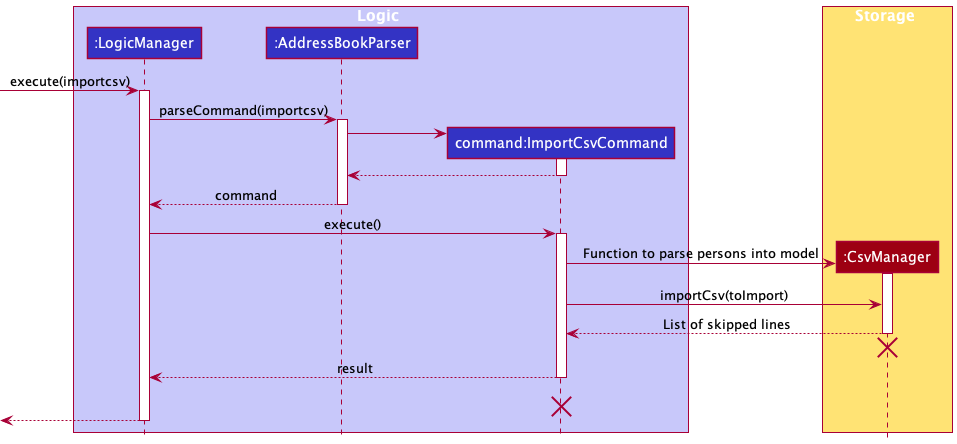
This is docs/images/ImportCsvSequenceDiagram.png from nus-cs2103-AY2122S2/tp, a PlantUML export, as it was before one commit. Its source is kept beside it as docs/diagrams/ImportCsvSequenceDiagram.puml. Source of this version:
```plantuml
@startuml
!include style.puml

box Logic LOGIC_COLOR_T1
participant ":LogicManager" as LogicManager LOGIC_COLOR
participant ":AddressBookParser" as AddressBookParser LOGIC_COLOR
participant "command:ImportCsvCommand" as ImportCsvCommand LOGIC_COLOR
end box

box Storage STORAGE_COLOR_T1
participant ":CsvManager" as CsvManager MODEL_COLOR
end box

[-> LogicManager : execute(importcsv)
activate LogicManager

LogicManager -> AddressBookParser : parseCommand(importcsv)
activate AddressBookParser

create ImportCsvCommand
AddressBookParser -> ImportCsvCommand

activate ImportCsvCommand
ImportCsvCommand --> AddressBookParser
deactivate ImportCsvCommand
AddressBookParser -->LogicManager : command
deactivate AddressBookParser

LogicManager -> ImportCsvCommand : execute()
activate ImportCsvCommand


create CsvManager
ImportCsvCommand -> CsvManager : Function to parse persons into model

activate CsvManager
ImportCsvCommand -> CsvManager : importCsv(toImport)
CsvManager --> ImportCsvCommand : List of skipped lines
deactivate CsvManager
CsvManager -[hidden]-> ImportCsvCommand
destroy CsvManager

ImportCsvCommand --> LogicManager : result
deactivate ImportCsvCommand
ImportCsvCommand -[hidden]-> LogicManager : result

destroy ImportCsvCommand

[<--LogicManager
deactivate LogicManager
@enduml
```
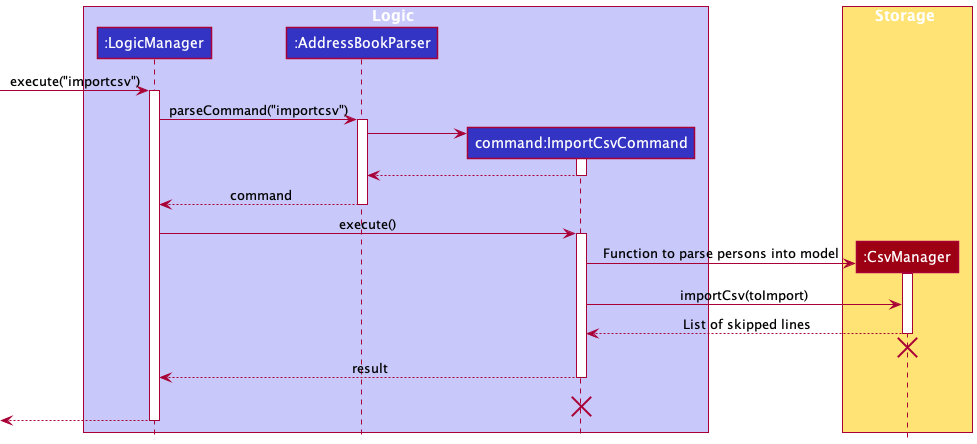
After the commit.

Commit message:
Fix phrasing and diagram nits

Diff of the diagram source:
```diff
@@ -11,10 +11,10 @@
 participant ":CsvManager" as CsvManager MODEL_COLOR
 end box
 
-[-> LogicManager : execute(importcsv)
+[-> LogicManager : execute("importcsv")
 activate LogicManager
 
-LogicManager -> AddressBookParser : parseCommand(importcsv)
+LogicManager -> AddressBookParser : parseCommand("importcsv")
 activate AddressBookParser
 
 create ImportCsvCommand
```
